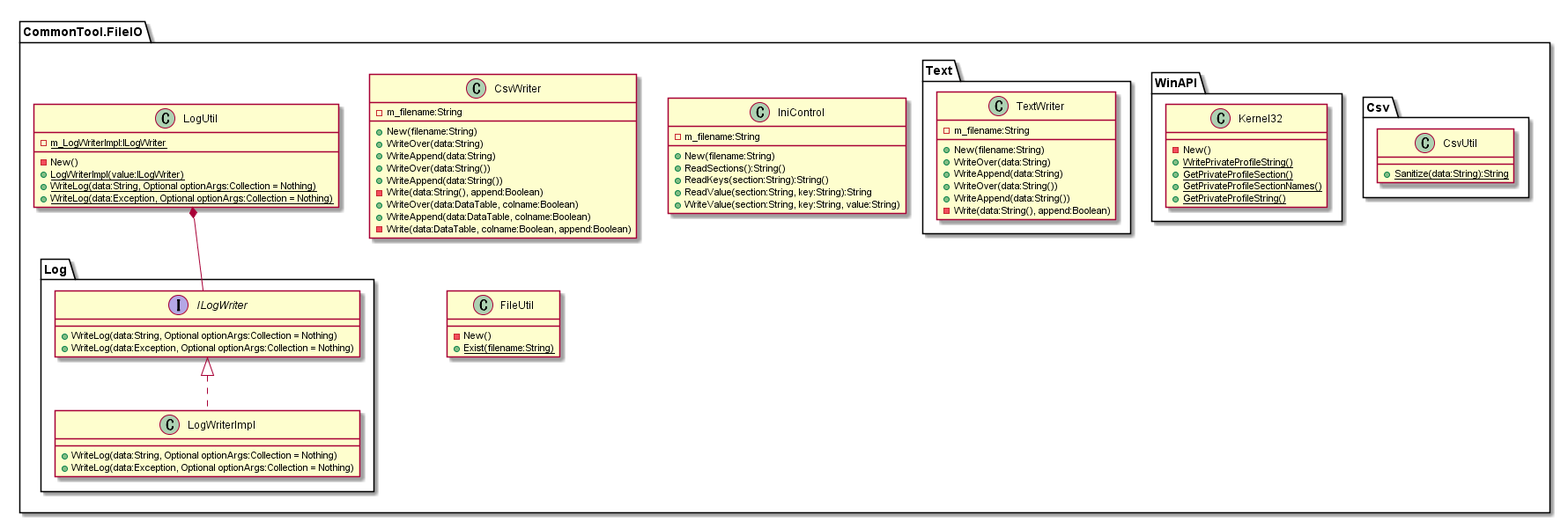
The PlantUML diagram doc/03_SubSystem別/CommonTool.FileIO/03_内部設計/クラス図.png in hirorich/CommonTool, before a commit.
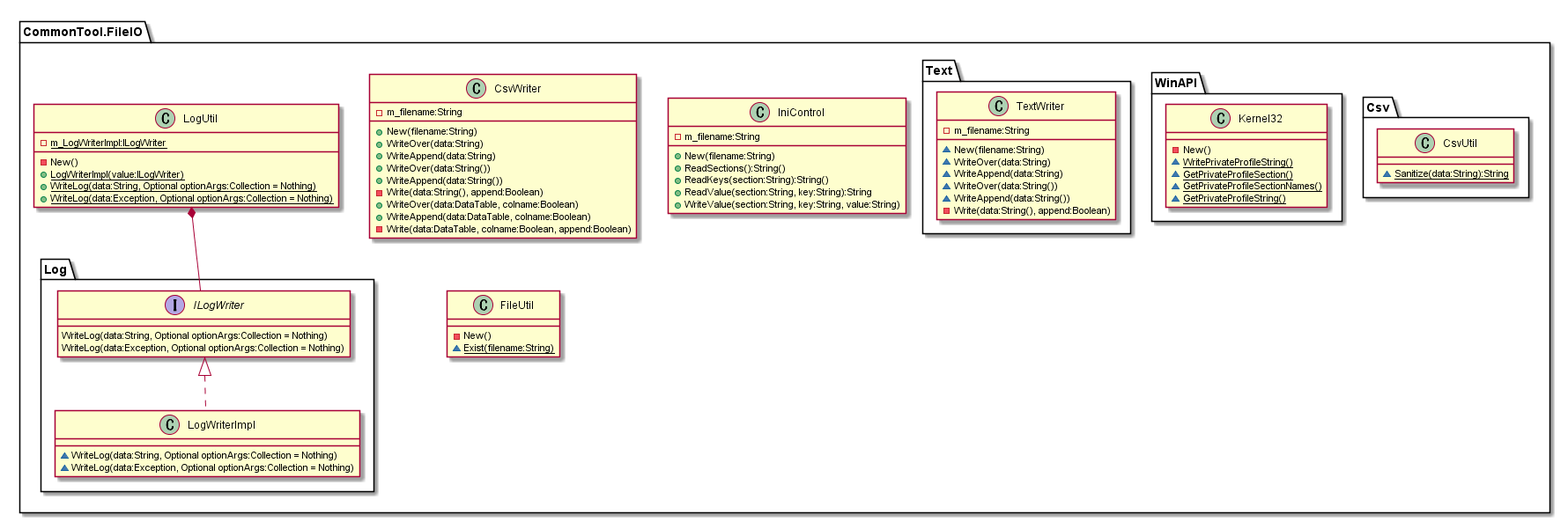
After the commit.

Commit message:
クラス図のアクセス修飾子修正

Change to the diagram source:
```diff
@@ -36,34 +36,34 @@
 
     class FileUtil {
       - New()
-      + {static}Exist(filename:String)
+      ~ {static}Exist(filename:String)
     }
 
     package WinAPI {
         class Kernel32 {
           - New()
-          + {static}WritePrivateProfileString()
-          + {static}GetPrivateProfileSection()
-          + {static}GetPrivateProfileSectionNames()
-          + {static}GetPrivateProfileString()
+          ~ {static}WritePrivateProfileString()
+          ~ {static}GetPrivateProfileSection()
+          ~ {static}GetPrivateProfileSectionNames()
+          ~ {static}GetPrivateProfileString()
         }
     }
 
     package Csv {
         class CsvUtil {
-          + {static}Sanitize(data:String):String
+          ~ {static}Sanitize(data:String):String
         }
     }
 
     package Log {
         interface ILogWriter {
-          + WriteLog(data:String, Optional optionArgs:Collection = Nothing)
-          + WriteLog(data:Exception, Optional optionArgs:Collection = Nothing)
+          WriteLog(data:String, Optional optionArgs:Collection = Nothing)
+          WriteLog(data:Exception, Optional optionArgs:Collection = Nothing)
         }
 
         class LogWriterImpl {
-          + WriteLog(data:String, Optional optionArgs:Collection = Nothing)
-          + WriteLog(data:Exception, Optional optionArgs:Collection = Nothing)
+          ~ WriteLog(data:String, Optional optionArgs:Collection = Nothing)
+          ~ WriteLog(data:Exception, Optional optionArgs:Collection = Nothing)
         }
         ILogWriter <|.. LogWriterImpl
     }
@@ -73,11 +73,11 @@
         class TextWriter {
           - m_filename:String
 
-          + New(filename:String)
-          + WriteOver(data:String)
-          + WriteAppend(data:String)
-          + WriteOver(data:String())
-          + WriteAppend(data:String())
+          ~ New(filename:String)
+          ~ WriteOver(data:String)
+          ~ WriteAppend(data:String)
+          ~ WriteOver(data:String())
+          ~ WriteAppend(data:String())
           - Write(data:String(), append:Boolean)
         }
     }
```
